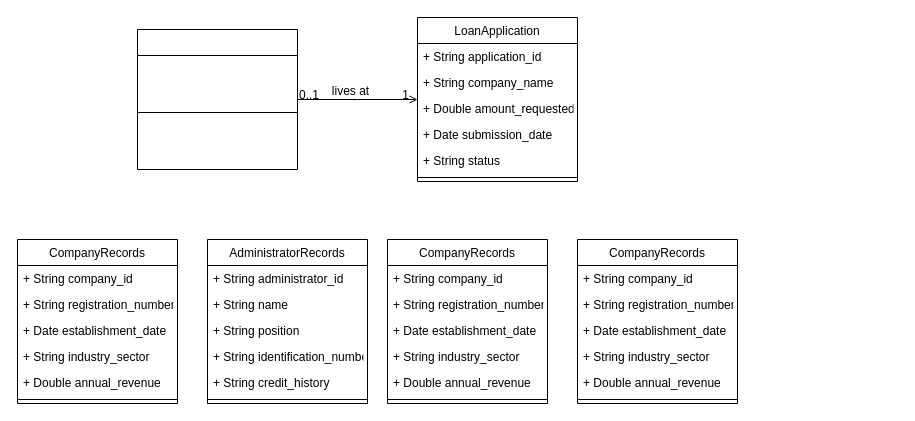
Earlier version of the draw.io diagram Untitled Diagram.drawio (florenzio/HMAC_calculator). Source tidied: cells renumbered, new cells numbered last; positions are measured from the earlier drawing's top-left corner, leaving out a move shared by most shapes. Both pictures are drawn from the tidied source at 100%, with x=0, y=0 at pixel (17, 17).
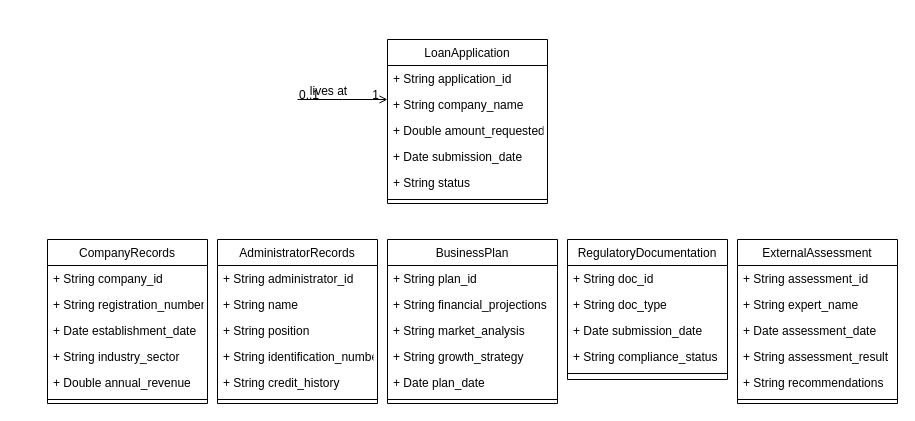
The same page after the edit.

What changed in the source:
```diff
@@
-    <mxCell id="2" style="swimlane;fontStyle=2;align=center;verticalAlign=top;horizontal=1;startSize=26;rounded=0;shadow=0;strokeWidth=1;" parent="1" vertex="1">
-      <mxGeometry x="120" y="12" width="160" height="140" as="geometry" />
-    </mxCell>
-    <mxCell id="3" style="line;html=1;strokeWidth=1;align=left;verticalAlign=middle;spacingTop=-1;spacingLeft=3;spacingRight=3;labelPosition=right;" parent="2" vertex="1">
-      <mxGeometry y="26" width="160" height="114" as="geometry" />
-    </mxCell>
     <mxCell id="4" value="LoanApplication" style="swimlane;fontStyle=0;align=center;verticalAlign=top;horizontal=1;startSize=26;rounded=0;shadow=0;strokeWidth=1;" parent="1" vertex="1">
-      <mxGeometry x="400" width="160" height="164" as="geometry" />
+      <mxGeometry x="370" y="22" width="160" height="164" as="geometry" />
     </mxCell>
@@
-    <mxCell id="11" style="endArrow=open;shadow=0;strokeWidth=1;rounded=0;curved=0;endFill=1;edgeStyle=elbowEdgeStyle;elbow=vertical;" parent="1" edge="1" source="2" target="4">
+    <mxCell id="11" style="endArrow=open;shadow=0;strokeWidth=1;rounded=0;curved=0;endFill=1;edgeStyle=elbowEdgeStyle;elbow=vertical;" parent="1" edge="1" target="4">
       <mxGeometry x="0.5" y="41" relative="1" as="geometry">
+        <mxPoint x="280" y="82" as="sourcePoint" />
         <mxPoint x="-40" y="32" as="offset" />
       </mxGeometry>
     </mxCell>
@@
-    <mxCell id="15" value="CompanyRecords" style="swimlane;fontStyle=0;align=center;verticalAlign=top;horizontal=1;startSize=26;rounded=0;shadow=0;strokeWidth=1;" parent="1" vertex="1">
-      <mxGeometry x="370" y="222" width="160" height="164" as="geometry" />
+    <mxCell id="15" value="BusinessPlan&#10;   " style="swimlane;fontStyle=0;align=center;verticalAlign=top;horizontal=1;startSize=26;rounded=0;shadow=0;strokeWidth=1;" parent="1" vertex="1">
+      <mxGeometry x="370" y="222" width="170" height="164" as="geometry" />
     </mxCell>
-    <mxCell id="16" value="+ String company_id&#10;    " style="text;align=left;verticalAlign=top;spacingLeft=4;spacingRight=4;overflow=hidden;" parent="15" vertex="1">
-      <mxGeometry y="26" width="160" height="26" as="geometry" />
+    <mxCell id="16" value=" + String plan_id&#10;   " style="text;align=left;verticalAlign=top;spacingLeft=4;spacingRight=4;overflow=hidden;" parent="15" vertex="1">
+      <mxGeometry y="26" width="170" height="26" as="geometry" />
     </mxCell>
-    <mxCell id="17" value="+ String registration_number" style="text;align=left;verticalAlign=top;spacingLeft=4;spacingRight=4;overflow=hidden;rounded=0;shadow=0;html=0;" parent="15" vertex="1">
-      <mxGeometry y="52" width="160" height="26" as="geometry" />
+    <mxCell id="17" value=" + String financial_projections&#10;  " style="text;align=left;verticalAlign=top;spacingLeft=4;spacingRight=4;overflow=hidden;rounded=0;shadow=0;html=0;" parent="15" vertex="1">
+      <mxGeometry y="52" width="170" height="26" as="geometry" />
     </mxCell>
-    <mxCell id="18" value="+ Date establishment_date" style="text;align=left;verticalAlign=top;spacingLeft=4;spacingRight=4;overflow=hidden;rounded=0;shadow=0;html=0;" parent="15" vertex="1">
-      <mxGeometry y="78" width="160" height="26" as="geometry" />
+    <mxCell id="18" value=" + String market_analysis&#10;   " style="text;align=left;verticalAlign=top;spacingLeft=4;spacingRight=4;overflow=hidden;rounded=0;shadow=0;html=0;" parent="15" vertex="1">
+      <mxGeometry y="78" width="170" height="26" as="geometry" />
     </mxCell>
-    <mxCell id="19" value="+ String industry_sector" style="text;align=left;verticalAlign=top;spacingLeft=4;spacingRight=4;overflow=hidden;rounded=0;shadow=0;html=0;" parent="15" vertex="1">
-      <mxGeometry y="104" width="160" height="26" as="geometry" />
+    <mxCell id="19" value=" + String growth_strategy&#10;  " style="text;align=left;verticalAlign=top;spacingLeft=4;spacingRight=4;overflow=hidden;rounded=0;shadow=0;html=0;" parent="15" vertex="1">
+      <mxGeometry y="104" width="170" height="26" as="geometry" />
     </mxCell>
-    <mxCell id="20" value="+ Double annual_revenue" style="text;align=left;verticalAlign=top;spacingLeft=4;spacingRight=4;overflow=hidden;rounded=0;shadow=0;html=0;" parent="15" vertex="1">
-      <mxGeometry y="130" width="160" height="26" as="geometry" />
+    <mxCell id="20" value=" + Date plan_date" style="text;align=left;verticalAlign=top;spacingLeft=4;spacingRight=4;overflow=hidden;rounded=0;shadow=0;html=0;" parent="15" vertex="1">
+      <mxGeometry y="130" width="170" height="26" as="geometry" />
     </mxCell>
     <mxCell id="21" style="line;html=1;strokeWidth=1;align=left;verticalAlign=middle;spacingTop=-1;spacingLeft=3;spacingRight=3;labelPosition=right;" parent="15" vertex="1">
-      <mxGeometry y="156" width="160" height="8" as="geometry" />
+      <mxGeometry y="156" width="170" height="8" as="geometry" />
     </mxCell>
-    <mxCell id="22" value="CompanyRecords" style="swimlane;fontStyle=0;align=center;verticalAlign=top;horizontal=1;startSize=26;rounded=0;shadow=0;strokeWidth=1;" parent="1" vertex="1">
-      <mxGeometry x="560" y="222" width="160" height="164" as="geometry" />
+    <mxCell id="22" value="RegulatoryDocumentation&#10;   " style="swimlane;fontStyle=0;align=center;verticalAlign=top;horizontal=1;startSize=26;rounded=0;shadow=0;strokeWidth=1;" parent="1" vertex="1">
+      <mxGeometry x="550" y="222" width="160" height="140" as="geometry" />
     </mxCell>
-    <mxCell id="23" value="+ String company_id&#10;    " style="text;align=left;verticalAlign=top;spacingLeft=4;spacingRight=4;overflow=hidden;" parent="22" vertex="1">
+    <mxCell id="23" value=" + String doc_id&#10;    " style="text;align=left;verticalAlign=top;spacingLeft=4;spacingRight=4;overflow=hidden;" parent="22" vertex="1">
       <mxGeometry y="26" width="160" height="26" as="geometry" />
     </mxCell>
-    <mxCell id="24" value="+ String registration_number" style="text;align=left;verticalAlign=top;spacingLeft=4;spacingRight=4;overflow=hidden;rounded=0;shadow=0;html=0;" parent="22" vertex="1">
+    <mxCell id="24" value="+ String doc_type&#10;   " style="text;align=left;verticalAlign=top;spacingLeft=4;spacingRight=4;overflow=hidden;rounded=0;shadow=0;html=0;" parent="22" vertex="1">
       <mxGeometry y="52" width="160" height="26" as="geometry" />
     </mxCell>
-    <mxCell id="25" value="+ Date establishment_date" style="text;align=left;verticalAlign=top;spacingLeft=4;spacingRight=4;overflow=hidden;rounded=0;shadow=0;html=0;" parent="22" vertex="1">
+    <mxCell id="25" value=" + Date submission_date&#10;    " style="text;align=left;verticalAlign=top;spacingLeft=4;spacingRight=4;overflow=hidden;rounded=0;shadow=0;html=0;" parent="22" vertex="1">
       <mxGeometry y="78" width="160" height="26" as="geometry" />
     </mxCell>
-    <mxCell id="26" value="+ String industry_sector" style="text;align=left;verticalAlign=top;spacingLeft=4;spacingRight=4;overflow=hidden;rounded=0;shadow=0;html=0;" parent="22" vertex="1">
+    <mxCell id="26" value="+ String compliance_status" style="text;align=left;verticalAlign=top;spacingLeft=4;spacingRight=4;overflow=hidden;rounded=0;shadow=0;html=0;" parent="22" vertex="1">
       <mxGeometry y="104" width="160" height="26" as="geometry" />
     </mxCell>
-    <mxCell id="27" value="+ Double annual_revenue" style="text;align=left;verticalAlign=top;spacingLeft=4;spacingRight=4;overflow=hidden;rounded=0;shadow=0;html=0;" parent="22" vertex="1">
-      <mxGeometry y="130" width="160" height="26" as="geometry" />
-    </mxCell>
     <mxCell id="28" style="line;html=1;strokeWidth=1;align=left;verticalAlign=middle;spacingTop=-1;spacingLeft=3;spacingRight=3;labelPosition=right;" parent="22" vertex="1">
-      <mxGeometry y="156" width="160" height="8" as="geometry" />
+      <mxGeometry y="130" width="160" height="8" as="geometry" />
     </mxCell>
     <mxCell id="29" value="AdministratorRecords &#10;   &#10; " style="swimlane;fontStyle=0;align=center;verticalAlign=top;horizontal=1;startSize=26;rounded=0;shadow=0;strokeWidth=1;" parent="1" vertex="1">
-      <mxGeometry x="190" y="222" width="160" height="164" as="geometry" />
+      <mxGeometry x="200" y="222" width="160" height="164" as="geometry" />
     </mxCell>
@@
     <mxCell id="36" value="CompanyRecords" style="swimlane;fontStyle=0;align=center;verticalAlign=top;horizontal=1;startSize=26;rounded=0;shadow=0;strokeWidth=1;" parent="1" vertex="1">
-      <mxGeometry y="222" width="160" height="164" as="geometry" />
+      <mxGeometry x="30" y="222" width="160" height="164" as="geometry" />
     </mxCell>
@@
+    <mxCell id="43" value="ExternalAssessment&#10;    " style="swimlane;fontStyle=0;align=center;verticalAlign=top;horizontal=1;startSize=26;rounded=0;shadow=0;strokeWidth=1;" parent="1" vertex="1">
+      <mxGeometry x="720" y="222" width="160" height="164" as="geometry" />
+    </mxCell>
+    <mxCell id="44" value="+ String assessment_id&#10;   " style="text;align=left;verticalAlign=top;spacingLeft=4;spacingRight=4;overflow=hidden;" parent="43" vertex="1">
+      <mxGeometry y="26" width="160" height="26" as="geometry" />
+    </mxCell>
+    <mxCell id="45" value=" + String expert_name&#10;   " style="text;align=left;verticalAlign=top;spacingLeft=4;spacingRight=4;overflow=hidden;rounded=0;shadow=0;html=0;" parent="43" vertex="1">
+      <mxGeometry y="52" width="160" height="26" as="geometry" />
+    </mxCell>
+    <mxCell id="46" value=" + Date assessment_date&#10;    " style="text;align=left;verticalAlign=top;spacingLeft=4;spacingRight=4;overflow=hidden;rounded=0;shadow=0;html=0;" parent="43" vertex="1">
+      <mxGeometry y="78" width="160" height="26" as="geometry" />
+    </mxCell>
+    <mxCell id="47" value="+ String assessment_result&#10;   " style="text;align=left;verticalAlign=top;spacingLeft=4;spacingRight=4;overflow=hidden;rounded=0;shadow=0;html=0;" parent="43" vertex="1">
+      <mxGeometry y="104" width="160" height="26" as="geometry" />
+    </mxCell>
+    <mxCell id="48" value=" + String recommendations" style="text;align=left;verticalAlign=top;spacingLeft=4;spacingRight=4;overflow=hidden;rounded=0;shadow=0;html=0;" parent="43" vertex="1">
+      <mxGeometry y="130" width="160" height="26" as="geometry" />
+    </mxCell>
+    <mxCell id="49" style="line;html=1;strokeWidth=1;align=left;verticalAlign=middle;spacingTop=-1;spacingLeft=3;spacingRight=3;labelPosition=right;" parent="43" vertex="1">
+      <mxGeometry y="156" width="160" height="8" as="geometry" />
+    </mxCell>
```
